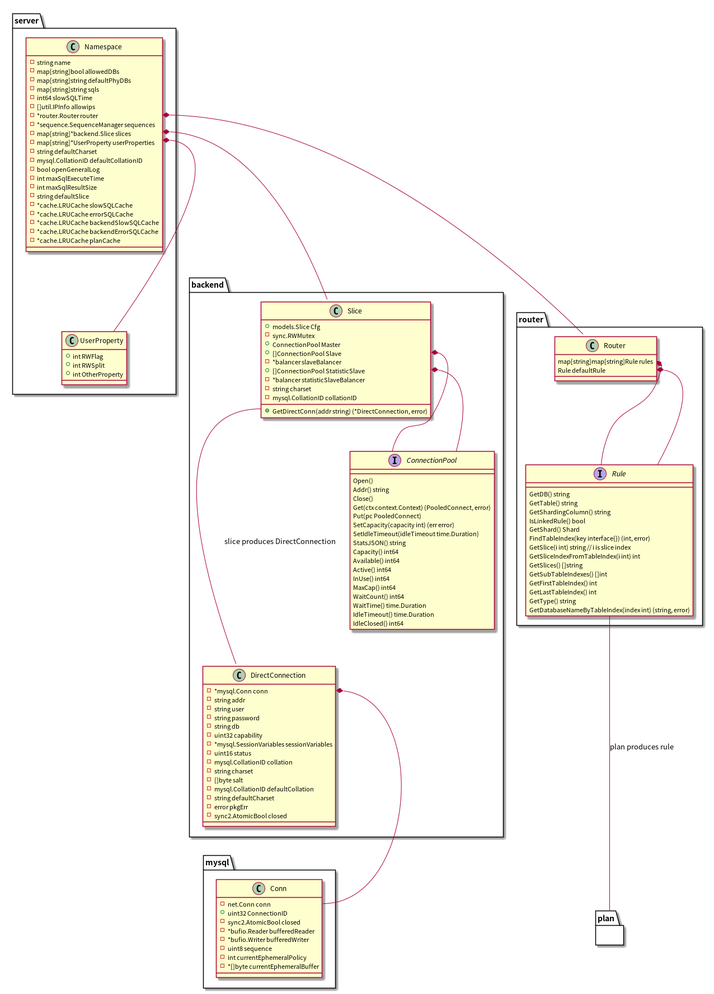
This is docs/assets/Gaea统一建模语言/Gaea类图/Gaea类图.png from XiaoMi/Gaea, a PlantUML export, as it was before one commit.
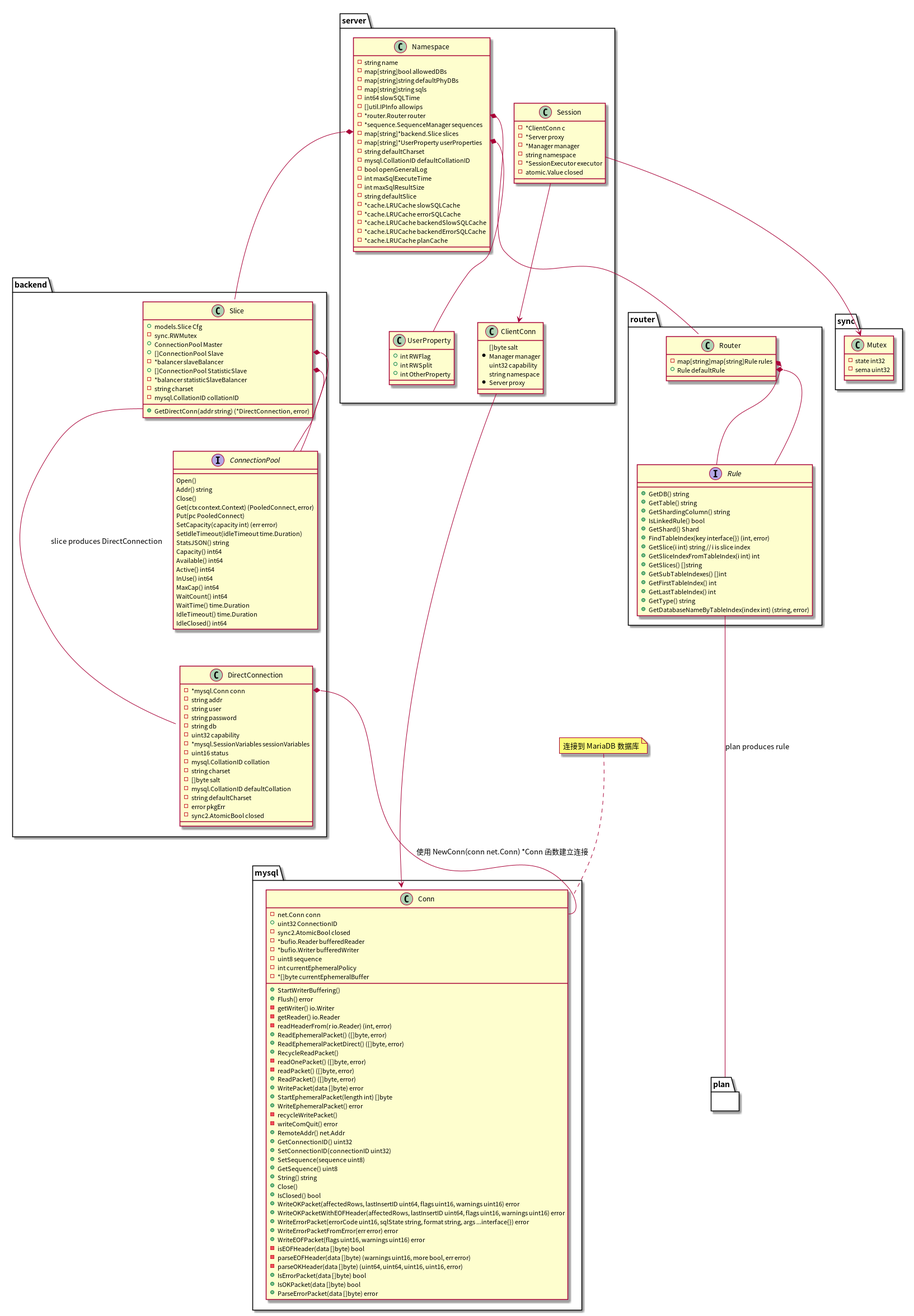
After the commit.

Commit message:
doc: update sequence diagram

Diff of the diagram source:
```diff
@@ -10,8 +10,45 @@
        - uint8 sequence
        - int currentEphemeralPolicy
        - *[]byte currentEphemeralBuffer
+       + StartWriterBuffering()
+       + Flush() error
+       - getWriter() io.Writer
+       - getReader() io.Reader
+       - readHeaderFrom(r io.Reader) (int, error)
+       + ReadEphemeralPacket() ([]byte, error)
+       + ReadEphemeralPacketDirect() ([]byte, error)
+       + RecycleReadPacket()
+       - readOnePacket() ([]byte, error)
+       - readPacket() ([]byte, error)
+       + ReadPacket() ([]byte, error)
+       + WritePacket(data []byte) error
+       + StartEphemeralPacket(length int) []byte
+       + WriteEphemeralPacket() error
+       - recycleWritePacket()
+       - writeComQuit() error
+       + RemoteAddr() net.Addr
+       + GetConnectionID() uint32
+       + SetConnectionID(connectionID uint32)
+       + SetSequence(sequence uint8)
+       + GetSequence() uint8
+       + String() string
+       + Close()
+       + IsClosed() bool
+       + WriteOKPacket(affectedRows, lastInsertID uint64, flags uint16, warnings uint16) error
+       + WriteOKPacketWithEOFHeader(affectedRows, lastInsertID uint64, flags uint16, warnings uint16) error
+       + WriteErrorPacket(errorCode uint16, sqlState string, format string, args ...interface{}) error
+       + WriteErrorPacketFromError(err error) error
+       + WriteEOFPacket(flags uint16, warnings uint16) error
+       - isEOFHeader(data []byte) bool
+       - parseEOFHeader(data []byte) (warnings uint16, more bool, err error)
+       - parseOKHeader(data []byte) (uint64, uint64, uint16, uint16, error)
+       + IsErrorPacket(data []byte) bool
+       + IsOKPacket(data []byte) bool
+       + ParseErrorPacket(data []byte) error
     }
 }
+
+note top of Conn : 连接到 MariaDB 数据库
 
 package backend {
     class DirectConnection {
@@ -96,42 +133,69 @@
         + int RWSplit
         + int OtherProperty
     }
+
+    class ClientConn {
+        []byte salt
+        *Manager manager
+        uint32 capability
+        string namespace
+        *Server proxy
+    }
+
+    class Session {
+        - *ClientConn c
+	    - *Server proxy
+	    - *Manager manager
+	    - string namespace
+        - *SessionExecutor executor
+	    - atomic.Value closed
+    }
 }
 
 package router {
     class Router {
-        map[string]map[string]Rule rules
-        Rule defaultRule
+        - map[string]map[string]Rule rules
+        + Rule defaultRule
     }
 
     interface Rule {
-        GetDB() string
-        GetTable() string
-        GetShardingColumn() string
-        IsLinkedRule() bool
-        GetShard() Shard
-        FindTableIndex(key interface{}) (int, error)
-        GetSlice(i int) string // i is slice index
-        GetSliceIndexFromTableIndex(i int) int
-        GetSlices() []string
-        GetSubTableIndexes() []int
-        GetFirstTableIndex() int
-        GetLastTableIndex() int
-        GetType() string
-        GetDatabaseNameByTableIndex(index int) (string, error)
+        + GetDB() string
+        + GetTable() string
+        + GetShardingColumn() string
+        + IsLinkedRule() bool
+        + GetShard() Shard
+        + FindTableIndex(key interface{}) (int, error)
+        + GetSlice(i int) string // i is slice index
+        + GetSliceIndexFromTableIndex(i int) int
+        + GetSlices() []string
+        + GetSubTableIndexes() []int
+        + GetFirstTableIndex() int
+        + GetLastTableIndex() int
+        + GetType() string
+        + GetDatabaseNameByTableIndex(index int) (string, error)
     }
 }
 
 package plan {
 }
 
-backend.DirectConnection::conn *-- mysql.Conn::conn
+package sync {
+    class Mutex {
+	    - state int32
+	    - sema uint32
+    }
+}
+
+backend.DirectConnection::conn *-- mysql.Conn::conn : 使用 NewConn(conn net.Conn) *Conn 函数建立连接
 backend.Slice::GetDirectConn --- DirectConnection : slice produces DirectConnection
 server.Namespace::slices *-- Slice
 server.Namespace::userProperties *-- UserProperty
 server.Namespace::router *-- Router
 router.Router::rules *-- Rule
 router.Router::defaultRule *-- Rule
+ClientConn --> Conn
+Session --> ClientConn
+Session --> Mutex
 Rule --- plan : plan produces rule
 backend.Slice::Slave *-- ConnectionPool
 backend.Slice::StatisticSlave *-- ConnectionPool
```
